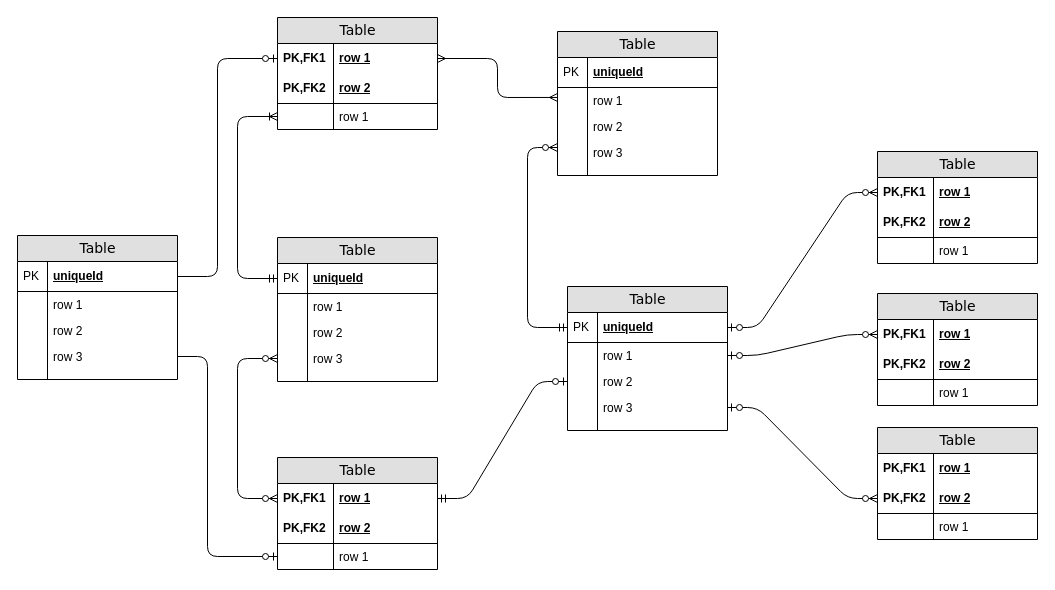
Earlier version of the draw.io diagram Untitled Diagram.drawio (enerammer/MyApp). Source tidied: cells renumbered, new cells numbered last; positions are measured from the earlier drawing's top-left corner, leaving out a move shared by most shapes. Both pictures are drawn from the tidied source at 100%, with x=0, y=0 at pixel (17, 17).
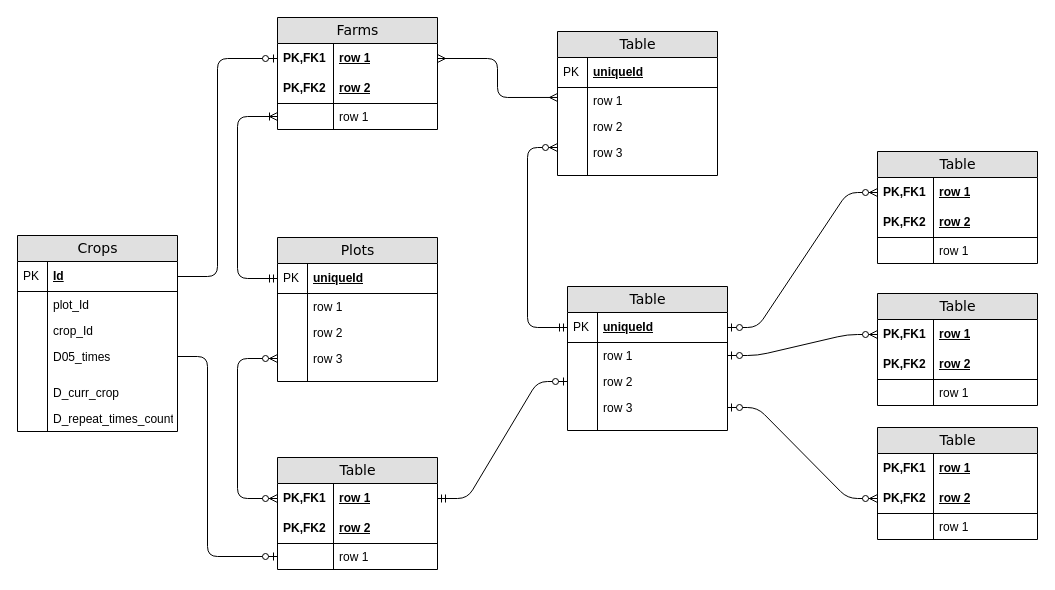
After the change.

Change to the diagram source:
```diff
@@
-    <mxCell id="2" value="Table" style="swimlane;html=1;fontStyle=0;horizontal=1;startSize=26;fillColor=#e0e0e0;swimlaneFillColor=#ffffff;align=center;rounded=0;shadow=0;comic=0;labelBackgroundColor=none;strokeWidth=1;fontFamily=Verdana;fontSize=14;" parent="1" vertex="1">
+    <mxCell id="2" value="Farms" style="swimlane;html=1;fontStyle=0;horizontal=1;startSize=26;fillColor=#e0e0e0;swimlaneFillColor=#ffffff;align=center;rounded=0;shadow=0;comic=0;labelBackgroundColor=none;strokeWidth=1;fontFamily=Verdana;fontSize=14;" parent="1" vertex="1">
       <mxGeometry x="260" width="160" height="112" as="geometry" />
     </mxCell>
@@
-    <mxCell id="20" value="Table" style="swimlane;html=1;fontStyle=0;horizontal=1;startSize=26;fillColor=#e0e0e0;swimlaneFillColor=#ffffff;align=center;rounded=0;shadow=0;comic=0;labelBackgroundColor=none;strokeWidth=1;fontFamily=Verdana;fontSize=14;" parent="1" vertex="1">
+    <mxCell id="20" value="Plots" style="swimlane;html=1;fontStyle=0;horizontal=1;startSize=26;fillColor=#e0e0e0;swimlaneFillColor=#ffffff;align=center;rounded=0;shadow=0;comic=0;labelBackgroundColor=none;strokeWidth=1;fontFamily=Verdana;fontSize=14;" parent="1" vertex="1">
       <mxGeometry x="260" y="220" width="160" height="144" as="geometry" />
     </mxCell>
@@
-    <mxCell id="78" value="Table" style="swimlane;html=1;fontStyle=0;horizontal=1;startSize=26;fillColor=#e0e0e0;swimlaneFillColor=#ffffff;align=center;rounded=0;shadow=0;comic=0;labelBackgroundColor=none;strokeWidth=1;fontFamily=Verdana;fontSize=14;" parent="1" vertex="1">
-      <mxGeometry y="218" width="160" height="144" as="geometry" />
+    <mxCell id="78" value="Crops" style="swimlane;html=1;fontStyle=0;horizontal=1;startSize=26;fillColor=#e0e0e0;swimlaneFillColor=#ffffff;align=center;rounded=0;shadow=0;comic=0;labelBackgroundColor=none;strokeWidth=1;fontFamily=Verdana;fontSize=14;" parent="1" vertex="1">
+      <mxGeometry y="218" width="160" height="196" as="geometry" />
     </mxCell>
-    <mxCell id="79" value="uniqueId" style="shape=partialRectangle;top=0;left=0;right=0;bottom=1;html=1;align=left;verticalAlign=middle;fillColor=none;spacingLeft=34;spacingRight=4;whiteSpace=wrap;overflow=hidden;points=[[0,0.5],[1,0.5]];portConstraint=eastwest;fontStyle=5;" parent="78" vertex="1">
+    <mxCell id="79" value="Id" style="shape=partialRectangle;top=0;left=0;right=0;bottom=1;html=1;align=left;verticalAlign=middle;fillColor=none;spacingLeft=34;spacingRight=4;whiteSpace=wrap;overflow=hidden;points=[[0,0.5],[1,0.5]];portConstraint=eastwest;fontStyle=5;" parent="78" vertex="1">
       <mxGeometry y="26" width="160" height="30" as="geometry" />
     </mxCell>
@@
-    <mxCell id="81" value="row 1" style="shape=partialRectangle;top=0;left=0;right=0;bottom=0;html=1;align=left;verticalAlign=top;fillColor=none;spacingLeft=34;spacingRight=4;whiteSpace=wrap;overflow=hidden;" parent="78" vertex="1">
+    <mxCell id="81" value="plot_Id" style="shape=partialRectangle;top=0;left=0;right=0;bottom=0;html=1;align=left;verticalAlign=top;fillColor=none;spacingLeft=34;spacingRight=4;whiteSpace=wrap;overflow=hidden;" parent="78" vertex="1">
       <mxGeometry y="56" width="160" height="26" as="geometry" />
     </mxCell>
@@
-    <mxCell id="83" value="row 2" style="shape=partialRectangle;top=0;left=0;right=0;bottom=0;html=1;align=left;verticalAlign=top;fillColor=none;spacingLeft=34;spacingRight=4;whiteSpace=wrap;overflow=hidden;" parent="78" vertex="1">
+    <mxCell id="83" value="crop_Id" style="shape=partialRectangle;top=0;left=0;right=0;bottom=0;html=1;align=left;verticalAlign=top;fillColor=none;spacingLeft=34;spacingRight=4;whiteSpace=wrap;overflow=hidden;" parent="78" vertex="1">
       <mxGeometry y="82" width="160" height="26" as="geometry" />
     </mxCell>
@@
-    <mxCell id="85" value="row 3" style="shape=partialRectangle;top=0;left=0;right=0;bottom=0;html=1;align=left;verticalAlign=top;fillColor=none;spacingLeft=34;spacingRight=4;whiteSpace=wrap;overflow=hidden;points=[[0,0.5],[1,0.5]];portConstraint=eastwest;" parent="78" vertex="1">
+    <mxCell id="85" value="D05_times" style="shape=partialRectangle;top=0;left=0;right=0;bottom=0;html=1;align=left;verticalAlign=top;fillColor=none;spacingLeft=34;spacingRight=4;whiteSpace=wrap;overflow=hidden;points=[[0,0.5],[1,0.5]];portConstraint=eastwest;" parent="78" vertex="1">
       <mxGeometry y="108" width="160" height="26" as="geometry" />
     </mxCell>
@@
+    <mxCell id="91" value="D_curr_crop&lt;br&gt;" style="shape=partialRectangle;top=0;left=0;right=0;bottom=0;html=1;align=left;verticalAlign=top;fillColor=none;spacingLeft=34;spacingRight=4;whiteSpace=wrap;overflow=hidden;" parent="78" vertex="1">
+      <mxGeometry y="144" width="160" height="26" as="geometry" />
+    </mxCell>
+    <mxCell id="92" style="shape=partialRectangle;top=0;left=0;bottom=0;html=1;fillColor=none;align=left;verticalAlign=top;spacingLeft=4;spacingRight=4;whiteSpace=wrap;overflow=hidden;" parent="91" vertex="1">
+      <mxGeometry width="30" height="26" as="geometry" />
+    </mxCell>
+    <mxCell id="93" value="D_repeat_times_count" style="shape=partialRectangle;top=0;left=0;right=0;bottom=0;html=1;align=left;verticalAlign=top;fillColor=none;spacingLeft=34;spacingRight=4;whiteSpace=wrap;overflow=hidden;" parent="78" vertex="1">
+      <mxGeometry y="170" width="160" height="26" as="geometry" />
+    </mxCell>
+    <mxCell id="94" style="shape=partialRectangle;top=0;left=0;bottom=0;html=1;fillColor=none;align=left;verticalAlign=top;spacingLeft=4;spacingRight=4;whiteSpace=wrap;overflow=hidden;" parent="93" vertex="1">
+      <mxGeometry width="30" height="26" as="geometry" />
+    </mxCell>
```
